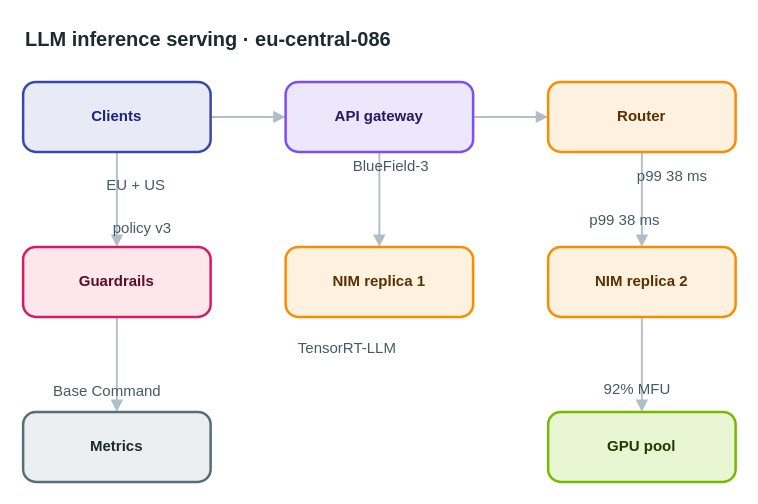
Before: apps/web/public/samples/library/086-llm-inference-serving.drawio in AryanG01/open-apprentice, a draw.io diagram. Source tidied: cells renumbered, new cells numbered last; positions are measured from the earlier drawing's top-left corner, leaving out a move shared by most shapes. Both pictures are drawn from the tidied source at 125%, with x=0, y=0 at pixel (22, 21).
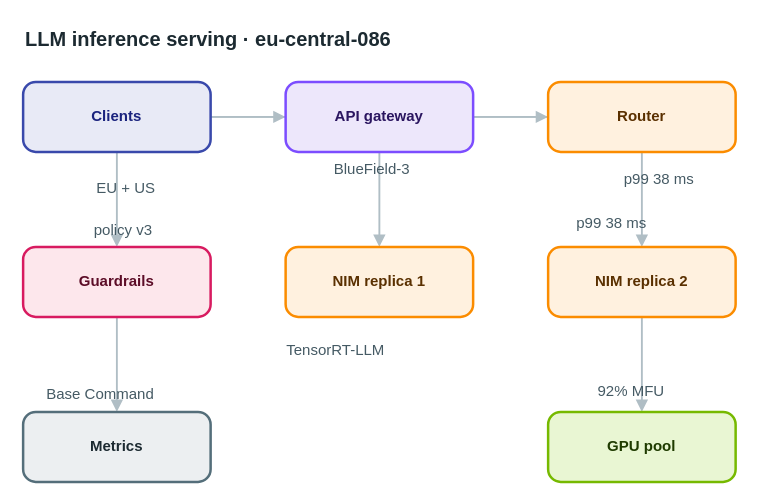
Above is the later version.

Change to the diagram source:
```diff
@@
-    <mxCell id="18" value="EU + US" style="text;html=1;align=center;verticalAlign=middle;whiteSpace=nowrap;strokeColor=none;fillColor=none;fontSize=12;fontColor=#455a64;" parent="1" vertex="1">
+    <mxCell id="18" value="EU + US" style="text;html=1;align=left;verticalAlign=top;whiteSpace=nowrap;spacing=0;spacingTop=0;strokeColor=none;fillColor=none;fontSize=12;fontColor=#455a64;" parent="1" vertex="1">
       <mxGeometry x="59" y="121" width="61" height="20" as="geometry" />
     </mxCell>
-    <mxCell id="19" value="BlueField-3" style="text;html=1;align=center;verticalAlign=middle;whiteSpace=nowrap;strokeColor=none;fillColor=none;fontSize=12;fontColor=#455a64;" parent="1" vertex="1">
+    <mxCell id="19" value="BlueField-3" style="text;html=1;align=left;verticalAlign=top;whiteSpace=nowrap;spacing=0;spacingTop=0;strokeColor=none;fillColor=none;fontSize=12;fontColor=#455a64;" parent="1" vertex="1">
       <mxGeometry x="249" y="106" width="89" height="20" as="geometry" />
     </mxCell>
-    <mxCell id="20" value="p99 38 ms" style="text;html=1;align=center;verticalAlign=middle;whiteSpace=nowrap;strokeColor=none;fillColor=none;fontSize=12;fontColor=#455a64;" parent="1" vertex="1">
+    <mxCell id="20" value="p99 38 ms" style="text;html=1;align=left;verticalAlign=top;whiteSpace=nowrap;spacing=0;spacingTop=0;strokeColor=none;fillColor=none;fontSize=12;fontColor=#455a64;" parent="1" vertex="1">
       <mxGeometry x="481" y="114" width="75" height="20" as="geometry" />
     </mxCell>
-    <mxCell id="21" value="TensorRT-LLM" style="text;html=1;align=center;verticalAlign=middle;whiteSpace=nowrap;strokeColor=none;fillColor=none;fontSize=12;fontColor=#455a64;" parent="1" vertex="1">
+    <mxCell id="21" value="TensorRT-LLM" style="text;html=1;align=left;verticalAlign=top;whiteSpace=nowrap;spacing=0;spacingTop=0;strokeColor=none;fillColor=none;fontSize=12;fontColor=#455a64;" parent="1" vertex="1">
       <mxGeometry x="211" y="251" width="96" height="20" as="geometry" />
     </mxCell>
-    <mxCell id="22" value="p99 38 ms" style="text;html=1;align=center;verticalAlign=middle;whiteSpace=nowrap;strokeColor=none;fillColor=none;fontSize=12;fontColor=#455a64;" parent="1" vertex="1">
+    <mxCell id="22" value="p99 38 ms" style="text;html=1;align=left;verticalAlign=top;whiteSpace=nowrap;spacing=0;spacingTop=0;strokeColor=none;fillColor=none;fontSize=12;fontColor=#455a64;" parent="1" vertex="1">
       <mxGeometry x="443" y="149" width="75" height="20" as="geometry" />
     </mxCell>
-    <mxCell id="23" value="92% MFU" style="text;html=1;align=center;verticalAlign=middle;whiteSpace=nowrap;strokeColor=none;fillColor=none;fontSize=12;fontColor=#455a64;" parent="1" vertex="1">
+    <mxCell id="23" value="92% MFU" style="text;html=1;align=left;verticalAlign=top;whiteSpace=nowrap;spacing=0;spacingTop=0;strokeColor=none;fillColor=none;fontSize=12;fontColor=#455a64;" parent="1" vertex="1">
       <mxGeometry x="460" y="284" width="61" height="20" as="geometry" />
     </mxCell>
-    <mxCell id="24" value="policy v3" style="text;html=1;align=center;verticalAlign=middle;whiteSpace=nowrap;strokeColor=none;fillColor=none;fontSize=12;fontColor=#455a64;" parent="1" vertex="1">
+    <mxCell id="24" value="policy v3" style="text;html=1;align=left;verticalAlign=top;whiteSpace=nowrap;spacing=0;spacingTop=0;strokeColor=none;fillColor=none;fontSize=12;fontColor=#455a64;" parent="1" vertex="1">
       <mxGeometry x="57" y="155" width="75" height="20" as="geometry" />
     </mxCell>
-    <mxCell id="25" value="Base Command" style="text;html=1;align=center;verticalAlign=middle;whiteSpace=nowrap;strokeColor=none;fillColor=none;fontSize=12;fontColor=#455a64;" parent="1" vertex="1">
+    <mxCell id="25" value="Base Command" style="text;html=1;align=left;verticalAlign=top;whiteSpace=nowrap;spacing=0;spacingTop=0;strokeColor=none;fillColor=none;fontSize=12;fontColor=#455a64;" parent="1" vertex="1">
       <mxGeometry x="19" y="286" width="96" height="20" as="geometry" />
     </mxCell>
```
